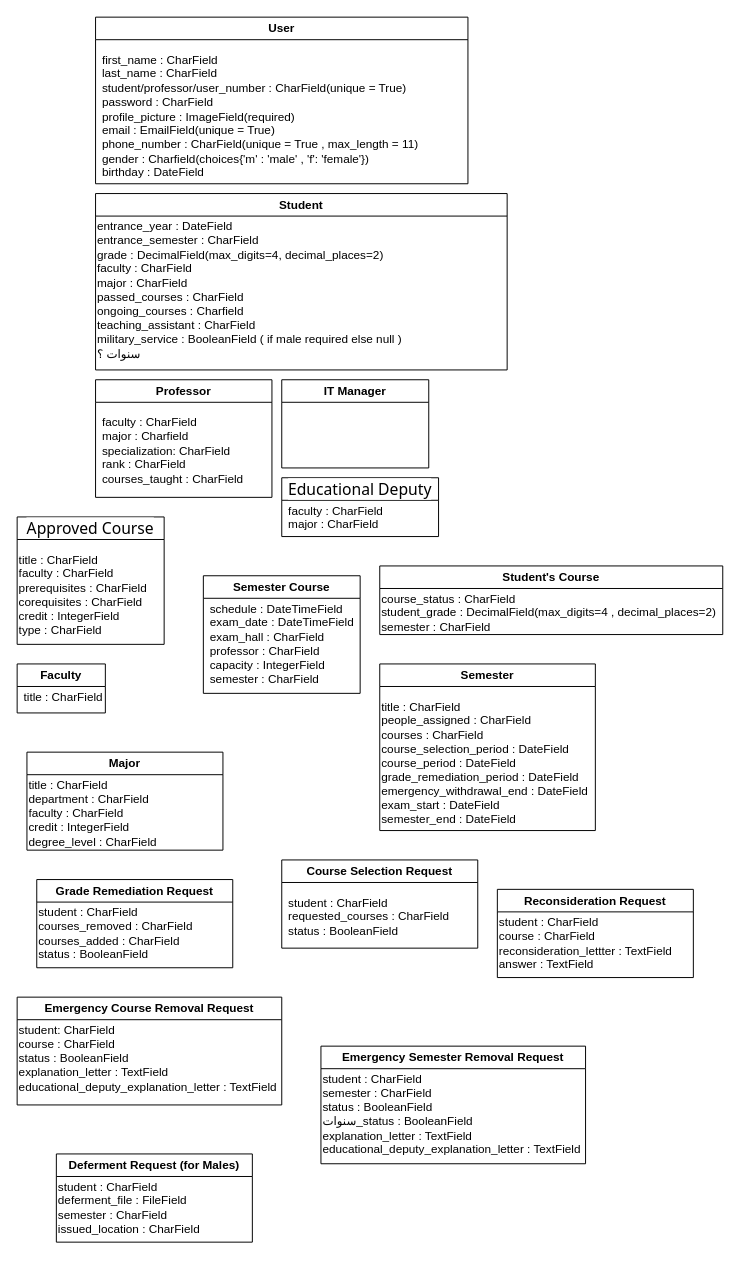
Above: Untitled Diagram.drawio in AFrenchWrench/eggplant-uni (draw.io), before the change. Source tidied: cells renumbered, new cells numbered last; positions are measured from the earlier drawing's top-left corner, leaving out a move shared by most shapes. Both pictures are drawn from the tidied source at 98%, with x=0, y=0 at pixel (17, 17).
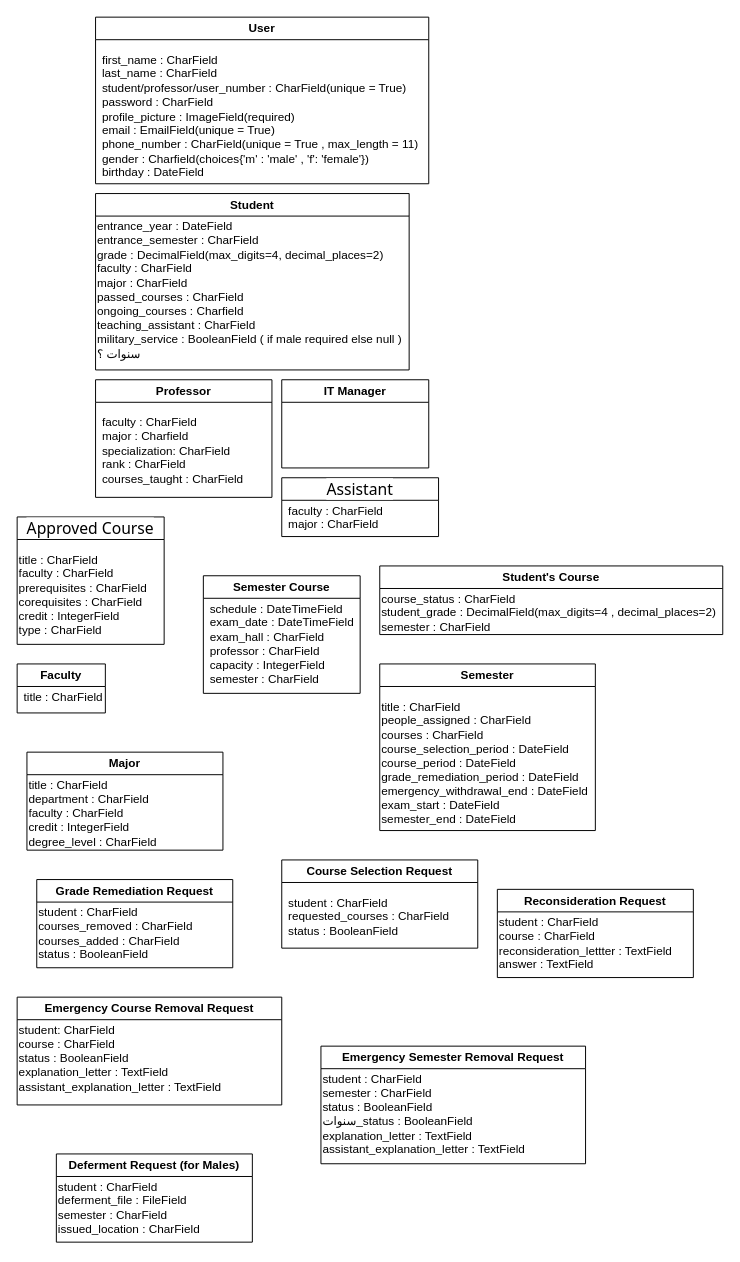
After the change.

The change refers to these unchanged cells:
```xml
<mxCell id="30" value="Emergency Course Removal Request" style="swimlane;whiteSpace=wrap;html=1;" parent="1" vertex="1">
  <mxGeometry y="1000" width="270" height="110" as="geometry" />
</mxCell>
<mxCell id="32" value="Emergency Semester Removal Request" style="swimlane;whiteSpace=wrap;html=1;" parent="1" vertex="1">
  <mxGeometry x="310" y="1050" width="270" height="120" as="geometry" />
</mxCell>
```

Diff of the diagram source:
```diff
@@
     <mxCell id="3" value="User" style="swimlane;whiteSpace=wrap;html=1;" parent="1" vertex="1">
-      <mxGeometry x="80" width="380" height="170" as="geometry" />
+      <mxGeometry x="80" width="340" height="170" as="geometry" />
     </mxCell>
     <mxCell id="4" value="&lt;div&gt;&lt;span style=&quot;background-color: initial;&quot;&gt;first_name : CharField&lt;/span&gt;&lt;br&gt;&lt;/div&gt;&lt;div&gt;last_name :&amp;nbsp;&lt;span style=&quot;background-color: initial;&quot;&gt;CharField&lt;/span&gt;&lt;/div&gt;&lt;div&gt;&lt;span style=&quot;background-color: initial;&quot;&gt;student/professor/user_number :&amp;nbsp;&lt;/span&gt;&lt;span style=&quot;background-color: initial;&quot;&gt;CharField(unique = True)&lt;/span&gt;&lt;/div&gt;&lt;div&gt;password : CharField&lt;span style=&quot;background-color: initial;&quot;&gt;&lt;br&gt;&lt;/span&gt;&lt;/div&gt;&lt;div&gt;profile_picture : ImageField(required)&lt;/div&gt;&lt;div&gt;email : EmailField(unique = True)&lt;/div&gt;&lt;div&gt;phone_number : CharField(unique = True , max_length = 11)&lt;/div&gt;&lt;div&gt;gender : Charfield(choices{'m' : 'male' , 'f': 'female'})&lt;/div&gt;&lt;div&gt;birthday : DateField&lt;/div&gt;&lt;div&gt;&lt;br&gt;&lt;/div&gt;&lt;div&gt;&lt;br&gt;&lt;/div&gt;" style="text;html=1;whiteSpace=wrap;overflow=hidden;rounded=0;" parent="3" vertex="1">
-      <mxGeometry x="5" y="30" width="370" height="140" as="geometry" />
+      <mxGeometry x="5" y="30" width="325" height="140" as="geometry" />
     </mxCell>
     <mxCell id="5" value="Student" style="swimlane;whiteSpace=wrap;html=1;" parent="1" vertex="1">
-      <mxGeometry x="80" y="180" width="420" height="180" as="geometry" />
+      <mxGeometry x="80" y="180" width="320" height="180" as="geometry" />
     </mxCell>
     <mxCell id="6" value="&lt;div&gt;entrance_year : DateField&lt;/div&gt;&lt;div&gt;entrance_semester : CharField&lt;/div&gt;&lt;div&gt;grade : DecimalField&lt;span style=&quot;background-color: initial; white-space: pre;&quot;&gt;&lt;font face=&quot;Helvetica&quot; style=&quot;font-size: 12px;&quot;&gt;(max_digits=4, decimal_places=2)&lt;/font&gt;&lt;/span&gt;&lt;/div&gt;&lt;div&gt;&lt;span style=&quot;background-color: initial; white-space: pre;&quot;&gt;&lt;font face=&quot;Helvetica&quot; style=&quot;font-size: 12px;&quot;&gt;faculty : CharField&lt;/font&gt;&lt;/span&gt;&lt;/div&gt;&lt;div&gt;&lt;span style=&quot;background-color: initial; white-space: pre;&quot;&gt;&lt;font face=&quot;Helvetica&quot; style=&quot;font-size: 12px;&quot;&gt;major : CharField&lt;/font&gt;&lt;/span&gt;&lt;/div&gt;&lt;div&gt;&lt;span style=&quot;background-color: initial; white-space: pre;&quot;&gt;&lt;font face=&quot;Helvetica&quot; style=&quot;font-size: 12px;&quot;&gt;passed_courses : CharField&lt;/font&gt;&lt;/span&gt;&lt;/div&gt;&lt;div&gt;&lt;span style=&quot;white-space: pre;&quot;&gt;ongoing_courses : Charfield&lt;/span&gt;&lt;/div&gt;&lt;div&gt;&lt;span style=&quot;white-space: pre;&quot;&gt;teaching_assistant : CharField&lt;/span&gt;&lt;/div&gt;&lt;div&gt;&lt;span style=&quot;white-space: pre;&quot;&gt;military_service : BooleanField ( if male required else null )&lt;/span&gt;&lt;/div&gt;&lt;div&gt;&lt;span style=&quot;white-space: pre;&quot;&gt;سنوات ؟&lt;/span&gt;&lt;/div&gt;&lt;div&gt;&lt;span style=&quot;white-space: pre;&quot;&gt;&lt;br&gt;&lt;/span&gt;&lt;/div&gt;&lt;div&gt;&lt;span style=&quot;white-space: pre;&quot;&gt;&lt;br&gt;&lt;/span&gt;&lt;/div&gt;" style="text;html=1;whiteSpace=wrap;overflow=hidden;rounded=0;" parent="1" vertex="1">
-      <mxGeometry x="80" y="200" width="420" height="160" as="geometry" />
+      <mxGeometry x="80" y="200" width="320" height="160" as="geometry" />
     </mxCell>
@@
-    <mxCell id="10" value="&lt;span style=&quot;font-family: Söhne, ui-sans-serif, system-ui, -apple-system, &amp;quot;Segoe UI&amp;quot;, Roboto, Ubuntu, Cantarell, &amp;quot;Noto Sans&amp;quot;, sans-serif, &amp;quot;Helvetica Neue&amp;quot;, Arial, &amp;quot;Apple Color Emoji&amp;quot;, &amp;quot;Segoe UI Emoji&amp;quot;, &amp;quot;Segoe UI Symbol&amp;quot;, &amp;quot;Noto Color Emoji&amp;quot;; font-size: 16px; font-weight: 400; text-align: start; white-space-collapse: preserve; background-color: rgb(255, 255, 255);&quot;&gt;Educational Deputy&lt;/span&gt;" style="swimlane;whiteSpace=wrap;html=1;" parent="1" vertex="1">
+    <mxCell id="10" value="&lt;span style=&quot;font-family: Söhne, ui-sans-serif, system-ui, -apple-system, &amp;quot;Segoe UI&amp;quot;, Roboto, Ubuntu, Cantarell, &amp;quot;Noto Sans&amp;quot;, sans-serif, &amp;quot;Helvetica Neue&amp;quot;, Arial, &amp;quot;Apple Color Emoji&amp;quot;, &amp;quot;Segoe UI Emoji&amp;quot;, &amp;quot;Segoe UI Symbol&amp;quot;, &amp;quot;Noto Color Emoji&amp;quot;; font-size: 16px; font-weight: 400; text-align: start; white-space-collapse: preserve; background-color: rgb(255, 255, 255);&quot;&gt;Assistant&lt;/span&gt;" style="swimlane;whiteSpace=wrap;html=1;" parent="1" vertex="1">
       <mxGeometry x="270" y="470" width="160" height="60" as="geometry" />
     </mxCell>
@@
-    <mxCell id="31" value="student: CharField&lt;div&gt;course : CharField&lt;/div&gt;&lt;div&gt;status : BooleanField&lt;/div&gt;&lt;div&gt;explanation_letter : TextField&lt;/div&gt;&lt;div&gt;educational_deputy_explanation_letter : TextField&lt;/div&gt;&lt;div&gt;&lt;br&gt;&lt;/div&gt;" style="text;html=1;whiteSpace=wrap;overflow=hidden;rounded=0;" parent="30" vertex="1">
+    <mxCell id="31" value="student: CharField&lt;div&gt;course : CharField&lt;/div&gt;&lt;div&gt;status : BooleanField&lt;/div&gt;&lt;div&gt;explanation_letter : TextField&lt;/div&gt;&lt;div&gt;assistant_explanation_letter : TextField&lt;/div&gt;&lt;div&gt;&lt;br&gt;&lt;/div&gt;" style="text;html=1;whiteSpace=wrap;overflow=hidden;rounded=0;" parent="30" vertex="1">
       <mxGeometry y="20" width="270" height="90" as="geometry" />
     </mxCell>
@@
-    <mxCell id="33" value="student : CharField&lt;div&gt;semester : CharField&lt;/div&gt;&lt;div&gt;status : BooleanField&lt;/div&gt;&lt;div&gt;سنوات_status : BooleanField&lt;/div&gt;&lt;div&gt;&lt;div&gt;explanation_letter : TextField&lt;/div&gt;&lt;div&gt;educational_deputy_explanation_letter : TextField&lt;/div&gt;&lt;/div&gt;" style="text;html=1;whiteSpace=wrap;overflow=hidden;rounded=0;" parent="32" vertex="1">
+    <mxCell id="33" value="student : CharField&lt;div&gt;semester : CharField&lt;/div&gt;&lt;div&gt;status : BooleanField&lt;/div&gt;&lt;div&gt;سنوات_status : BooleanField&lt;/div&gt;&lt;div&gt;&lt;div&gt;explanation_letter : TextField&lt;/div&gt;&lt;div&gt;assistant_explanation_letter : TextField&lt;/div&gt;&lt;/div&gt;" style="text;html=1;whiteSpace=wrap;overflow=hidden;rounded=0;" parent="32" vertex="1">
       <mxGeometry y="20" width="270" height="100" as="geometry" />
     </mxCell>
```
